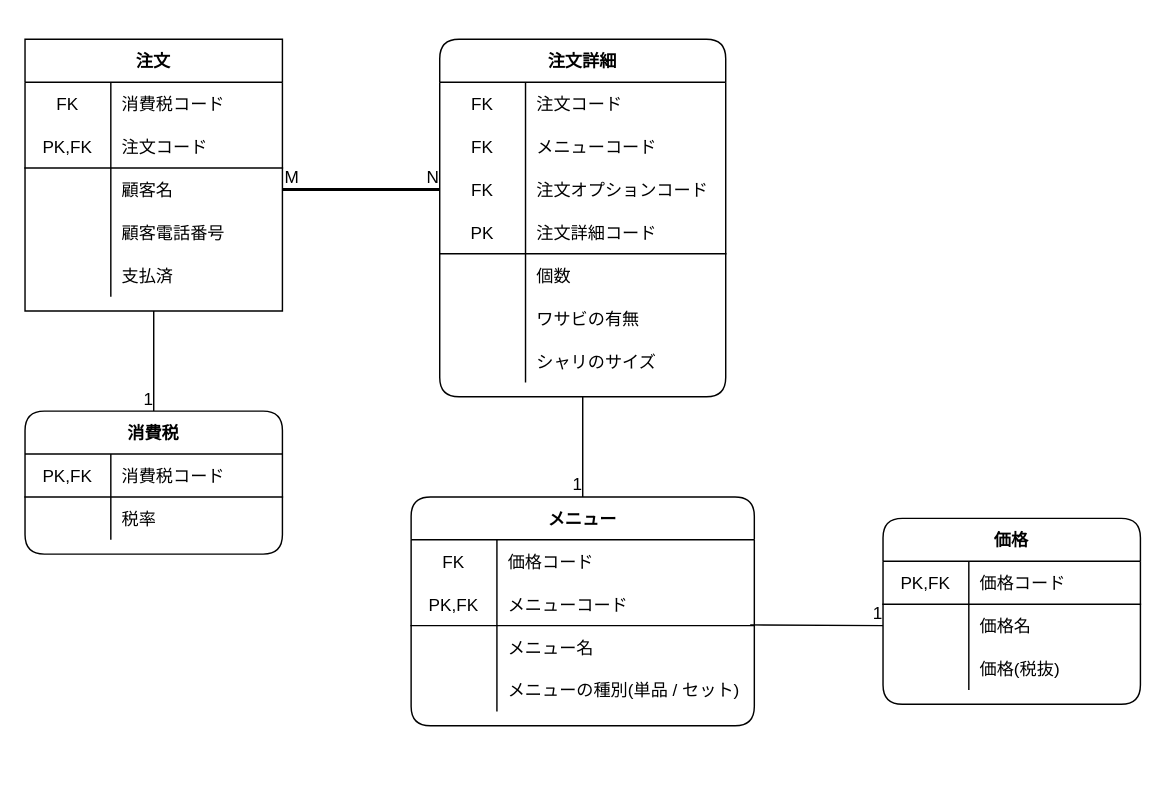
Above: database/db_modeling_1/issue_3/db_modeling_3.dio in haratak/praha_challenge (draw.io), before the change. Source tidied: cells renumbered, new cells numbered last; positions are measured from the earlier drawing's top-left corner, leaving out a move shared by most shapes. Both pictures are drawn from the tidied source at 143%, with x=0, y=0 at pixel (24, 39).
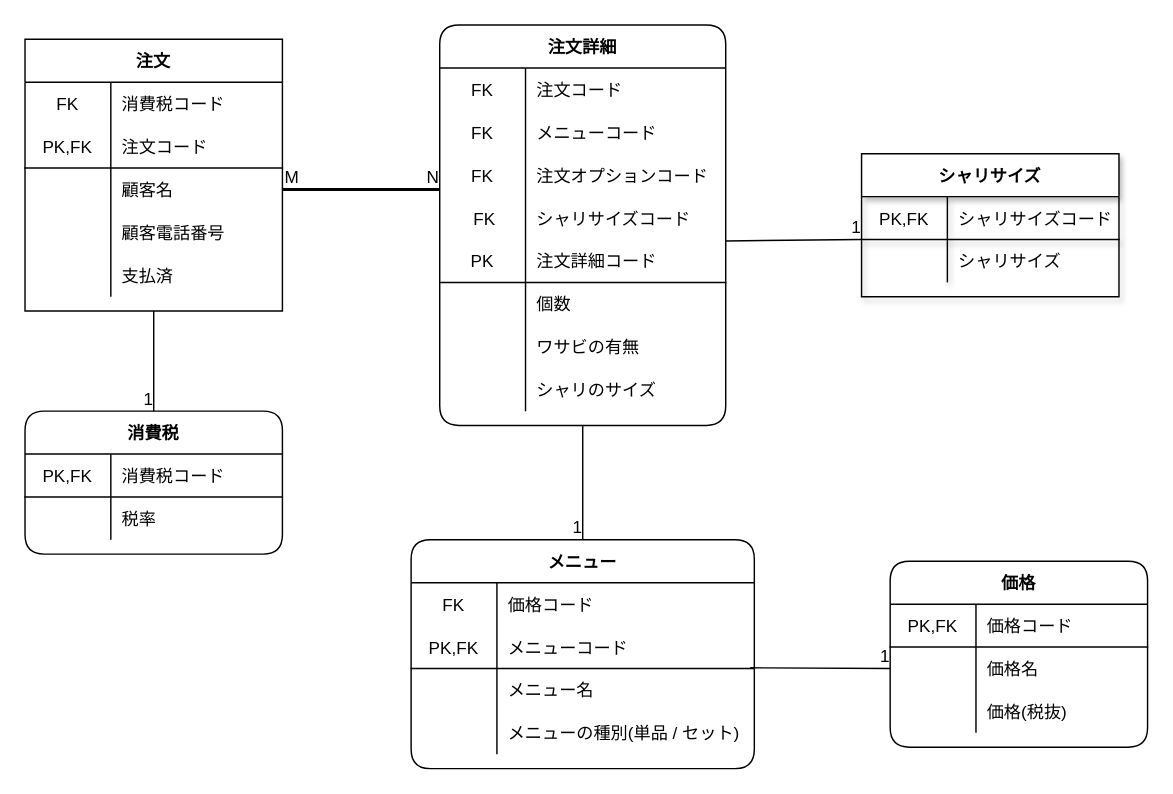
The same diagram, later.

The change refers to these unchanged cells:
```xml
<mxCell id="9" style="shape=partialRectangle;fillColor=none;top=0;left=0;bottom=0;right=0;points=[[0,0.5],[1,0.5]];portConstraint=eastwest;" parent="2" vertex="1">
  <mxGeometry y="90" width="180" height="30" as="geometry" />
</mxCell>
```

Change to the diagram source:
```diff
@@
-    <mxCell id="18" value="注文詳細" style="shape=table;startSize=30;childLayout=tableLayout;rowLines=0;fontStyle=1;align=center;rounded=1;" parent="1" vertex="1">
-      <mxGeometry x="290" width="200" height="250" as="geometry" />
-    </mxCell>
-    <mxCell id="19" style="shape=partialRectangle;fillColor=none;top=0;left=0;bottom=0;right=0;" parent="18" vertex="1">
-      <mxGeometry y="30" width="200" height="30" as="geometry" />
-    </mxCell>
-    <mxCell id="20" value="FK" style="shape=partialRectangle;fillColor=none;top=0;left=0;bottom=0;right=0;fontStyle=0;overflow=hidden;" parent="19" vertex="1">
-      <mxGeometry width="60" height="30" as="geometry" />
-    </mxCell>
-    <mxCell id="21" value="注文コード" style="shape=partialRectangle;fillColor=none;top=0;left=0;bottom=0;right=0;align=left;spacingLeft=6;fontStyle=0;overflow=hidden;" parent="19" vertex="1">
-      <mxGeometry x="60" width="140" height="30" as="geometry" />
-    </mxCell>
-    <mxCell id="22" style="shape=partialRectangle;fillColor=none;top=0;left=0;bottom=0;right=0;fontStyle=1;" parent="18" vertex="1">
-      <mxGeometry y="60" width="200" height="30" as="geometry" />
-    </mxCell>
-    <mxCell id="23" value="FK" style="shape=partialRectangle;fillColor=none;top=0;left=0;bottom=0;right=0;fontStyle=0;overflow=hidden;" parent="22" vertex="1">
-      <mxGeometry width="60" height="30" as="geometry" />
-    </mxCell>
-    <mxCell id="24" value="メニューコード" style="shape=partialRectangle;fillColor=none;top=0;left=0;bottom=0;right=0;align=left;spacingLeft=6;fontStyle=0;overflow=hidden;" parent="22" vertex="1">
-      <mxGeometry x="60" width="140" height="30" as="geometry" />
-    </mxCell>
-    <mxCell id="25" style="shape=partialRectangle;fillColor=none;top=0;left=0;bottom=0;right=0;points=[[0,0.5],[1,0.5]];portConstraint=eastwest;" parent="18" vertex="1">
-      <mxGeometry y="90" width="200" height="30" as="geometry" />
-    </mxCell>
-    <mxCell id="26" value="FK" style="shape=partialRectangle;fillColor=none;top=0;left=0;bottom=0;right=0;fontStyle=0;overflow=hidden;" parent="25" vertex="1">
-      <mxGeometry width="60" height="30" as="geometry" />
-    </mxCell>
-    <mxCell id="27" value="注文オプションコード" style="shape=partialRectangle;fillColor=none;top=0;left=0;bottom=0;right=0;align=left;spacingLeft=6;fontStyle=0;overflow=hidden;" parent="25" vertex="1">
-      <mxGeometry x="60" width="140" height="30" as="geometry" />
-    </mxCell>
-    <mxCell id="28" style="shape=partialRectangle;fillColor=none;top=0;left=0;bottom=1;right=0;fontStyle=1;" parent="18" vertex="1">
-      <mxGeometry y="120" width="200" height="30" as="geometry" />
-    </mxCell>
-    <mxCell id="29" value="PK" style="shape=partialRectangle;fillColor=none;top=0;left=0;bottom=0;right=0;fontStyle=0;overflow=hidden;shadow=1;" parent="28" vertex="1">
-      <mxGeometry width="60" height="30" as="geometry" />
-    </mxCell>
-    <mxCell id="30" value="注文詳細コード" style="shape=partialRectangle;fillColor=none;top=0;left=0;bottom=0;right=0;align=left;spacingLeft=6;fontStyle=0;overflow=hidden;shadow=1;" parent="28" vertex="1">
-      <mxGeometry x="60" width="140" height="30" as="geometry" />
-    </mxCell>
-    <mxCell id="31" style="shape=partialRectangle;fillColor=none;top=0;left=0;bottom=0;right=0;" parent="18" vertex="1">
-      <mxGeometry y="150" width="200" height="30" as="geometry" />
-    </mxCell>
-    <mxCell id="32" style="shape=partialRectangle;fillColor=none;top=0;left=0;bottom=0;right=0;overflow=hidden;" parent="31" vertex="1">
-      <mxGeometry width="60" height="30" as="geometry" />
-    </mxCell>
-    <mxCell id="33" value="個数" style="shape=partialRectangle;fillColor=none;top=0;left=0;bottom=0;right=0;align=left;spacingLeft=6;overflow=hidden;" parent="31" vertex="1">
-      <mxGeometry x="60" width="140" height="30" as="geometry" />
-    </mxCell>
-    <mxCell id="34" style="shape=partialRectangle;fillColor=none;top=0;left=0;bottom=0;right=0;" parent="18" vertex="1">
-      <mxGeometry y="180" width="200" height="30" as="geometry" />
-    </mxCell>
-    <mxCell id="35" style="shape=partialRectangle;fillColor=none;top=0;left=0;bottom=0;right=0;overflow=hidden;" parent="34" vertex="1">
-      <mxGeometry width="60" height="30" as="geometry" />
-    </mxCell>
-    <mxCell id="36" value="ワサビの有無" style="shape=partialRectangle;fillColor=none;top=0;left=0;bottom=0;right=0;align=left;spacingLeft=6;overflow=hidden;" parent="34" vertex="1">
-      <mxGeometry x="60" width="140" height="30" as="geometry" />
-    </mxCell>
-    <mxCell id="37" style="shape=partialRectangle;fillColor=none;top=0;left=0;bottom=0;right=0;" parent="18" vertex="1">
-      <mxGeometry y="210" width="200" height="30" as="geometry" />
-    </mxCell>
-    <mxCell id="38" style="shape=partialRectangle;fillColor=none;top=0;left=0;bottom=0;right=0;overflow=hidden;" parent="37" vertex="1">
-      <mxGeometry width="60" height="30" as="geometry" />
-    </mxCell>
-    <mxCell id="39" value="シャリのサイズ" style="shape=partialRectangle;fillColor=none;top=0;left=0;bottom=0;right=0;align=left;spacingLeft=6;overflow=hidden;" parent="37" vertex="1">
-      <mxGeometry x="60" width="140" height="30" as="geometry" />
-    </mxCell>
     <mxCell id="40" value="メニュー" style="shape=table;startSize=30;childLayout=tableLayout;rowLines=0;fontStyle=1;align=center;rounded=1;" parent="1" vertex="1">
-      <mxGeometry x="270" y="320" width="240" height="160" as="geometry" />
+      <mxGeometry x="270" y="350" width="240" height="160" as="geometry" />
     </mxCell>
@@
-    <mxCell id="64" style="shape=link;html=1;rounded=0;exitX=1;exitY=0.5;exitDx=0;exitDy=0;width=-1;entryX=0;entryY=0.5;entryDx=0;entryDy=0;" parent="1" edge="1" source="9" target="25">
-      <mxGeometry relative="1" as="geometry" />
+    <mxCell id="64" style="shape=link;html=1;rounded=0;exitX=1;exitY=0.5;exitDx=0;exitDy=0;width=-1;entryX=0;entryY=0.5;entryDx=0;entryDy=0;" parent="1" edge="1" source="9">
+      <mxGeometry relative="1" as="geometry">
+        <mxPoint x="290" y="105" as="targetPoint" />
+      </mxGeometry>
     </mxCell>
@@
     <mxCell id="67" value="価格" style="shape=table;startSize=30;childLayout=tableLayout;rowLines=0;fontStyle=1;align=center;rounded=1;" parent="1" vertex="1">
-      <mxGeometry x="600" y="335" width="180" height="130" as="geometry" />
+      <mxGeometry x="605" y="365" width="180" height="130" as="geometry" />
     </mxCell>
@@
+    <mxCell id="18" value="注文詳細" style="shape=table;startSize=30;childLayout=tableLayout;rowLines=0;fontStyle=1;align=center;rounded=1;" parent="1" vertex="1">
+      <mxGeometry x="290" y="-10" width="200" height="280" as="geometry" />
+    </mxCell>
+    <mxCell id="19" style="shape=partialRectangle;fillColor=none;top=0;left=0;bottom=0;right=0;" parent="18" vertex="1">
+      <mxGeometry y="30" width="200" height="30" as="geometry" />
+    </mxCell>
+    <mxCell id="79" value="FK" style="shape=partialRectangle;fillColor=none;top=0;left=0;bottom=0;right=0;fontStyle=0;overflow=hidden;" parent="19" vertex="1">
+      <mxGeometry width="60" height="30" as="geometry" />
+    </mxCell>
+    <mxCell id="21" value="注文コード" style="shape=partialRectangle;fillColor=none;top=0;left=0;bottom=0;right=0;align=left;spacingLeft=6;fontStyle=0;overflow=hidden;" parent="19" vertex="1">
+      <mxGeometry x="60" width="140" height="30" as="geometry" />
+    </mxCell>
+    <mxCell id="22" style="shape=partialRectangle;fillColor=none;top=0;left=0;bottom=0;right=0;fontStyle=1;" parent="18" vertex="1">
+      <mxGeometry y="60" width="200" height="30" as="geometry" />
+    </mxCell>
+    <mxCell id="80" value="FK" style="shape=partialRectangle;fillColor=none;top=0;left=0;bottom=0;right=0;fontStyle=0;overflow=hidden;" parent="22" vertex="1">
+      <mxGeometry width="60" height="30" as="geometry" />
+    </mxCell>
+    <mxCell id="24" value="メニューコード" style="shape=partialRectangle;fillColor=none;top=0;left=0;bottom=0;right=0;align=left;spacingLeft=6;fontStyle=0;overflow=hidden;" parent="22" vertex="1">
+      <mxGeometry x="60" width="140" height="30" as="geometry" />
+    </mxCell>
+    <mxCell id="25" style="shape=partialRectangle;fillColor=none;top=0;left=0;bottom=0;right=0;points=[[0,0.5],[1,0.5]];portConstraint=eastwest;" parent="18" vertex="1">
+      <mxGeometry y="90" width="200" height="30" as="geometry" />
+    </mxCell>
+    <mxCell id="81" value="FK" style="shape=partialRectangle;fillColor=none;top=0;left=0;bottom=0;right=0;fontStyle=0;overflow=hidden;" parent="25" vertex="1">
+      <mxGeometry width="60" height="30" as="geometry" />
+    </mxCell>
+    <mxCell id="27" value="注文オプションコード" style="shape=partialRectangle;fillColor=none;top=0;left=0;bottom=0;right=0;align=left;spacingLeft=6;fontStyle=0;overflow=hidden;" parent="25" vertex="1">
+      <mxGeometry x="60" width="140" height="30" as="geometry" />
+    </mxCell>
+    <mxCell id="82" style="shape=partialRectangle;fillColor=none;top=0;left=0;bottom=0;right=0;fontStyle=1;" parent="18" vertex="1">
+      <mxGeometry y="120" width="200" height="30" as="geometry" />
+    </mxCell>
+    <mxCell id="83" value=" FK" style="shape=partialRectangle;fillColor=none;top=0;left=0;bottom=0;right=0;fontStyle=0;overflow=hidden;shadow=1;" parent="82" vertex="1">
+      <mxGeometry width="60" height="30" as="geometry" />
+    </mxCell>
+    <mxCell id="84" value="シャリサイズコード" style="shape=partialRectangle;fillColor=none;top=0;left=0;bottom=0;right=0;align=left;spacingLeft=6;fontStyle=0;overflow=hidden;shadow=1;" parent="82" vertex="1">
+      <mxGeometry x="60" width="140" height="30" as="geometry" />
+    </mxCell>
+    <mxCell id="85" style="shape=partialRectangle;fillColor=none;top=0;left=0;bottom=1;right=0;points=[[0,0.5],[1,0.5]];portConstraint=eastwest;fontStyle=1;" parent="18" vertex="1">
+      <mxGeometry y="150" width="200" height="30" as="geometry" />
+    </mxCell>
+    <mxCell id="29" value="PK" style="shape=partialRectangle;fillColor=none;top=0;left=0;bottom=0;right=0;fontStyle=0;overflow=hidden;shadow=1;" parent="85" vertex="1">
+      <mxGeometry width="60" height="30" as="geometry" />
+    </mxCell>
+    <mxCell id="30" value="注文詳細コード" style="shape=partialRectangle;fillColor=none;top=0;left=0;bottom=0;right=0;align=left;spacingLeft=6;fontStyle=0;overflow=hidden;shadow=1;" parent="85" vertex="1">
+      <mxGeometry x="60" width="140" height="30" as="geometry" />
+    </mxCell>
+    <mxCell id="34" style="shape=partialRectangle;fillColor=none;top=0;left=0;bottom=0;right=0;" parent="18" vertex="1">
+      <mxGeometry y="180" width="200" height="30" as="geometry" />
+    </mxCell>
+    <mxCell id="86" style="shape=partialRectangle;fillColor=none;top=0;left=0;bottom=0;right=0;overflow=hidden;" parent="34" vertex="1">
+      <mxGeometry width="60" height="30" as="geometry" />
+    </mxCell>
+    <mxCell id="33" value="個数" style="shape=partialRectangle;fillColor=none;top=0;left=0;bottom=0;right=0;align=left;spacingLeft=6;overflow=hidden;" parent="34" vertex="1">
+      <mxGeometry x="60" width="140" height="30" as="geometry" />
+    </mxCell>
+    <mxCell id="37" style="shape=partialRectangle;fillColor=none;top=0;left=0;bottom=0;right=0;" parent="18" vertex="1">
+      <mxGeometry y="210" width="200" height="30" as="geometry" />
+    </mxCell>
+    <mxCell id="87" style="shape=partialRectangle;fillColor=none;top=0;left=0;bottom=0;right=0;overflow=hidden;" parent="37" vertex="1">
+      <mxGeometry width="60" height="30" as="geometry" />
+    </mxCell>
+    <mxCell id="36" value="ワサビの有無" style="shape=partialRectangle;fillColor=none;top=0;left=0;bottom=0;right=0;align=left;spacingLeft=6;overflow=hidden;" parent="37" vertex="1">
+      <mxGeometry x="60" width="140" height="30" as="geometry" />
+    </mxCell>
+    <mxCell id="88" style="shape=partialRectangle;fillColor=none;top=0;left=0;bottom=0;right=0;" parent="18" vertex="1">
+      <mxGeometry y="240" width="200" height="30" as="geometry" />
+    </mxCell>
+    <mxCell id="89" style="shape=partialRectangle;fillColor=none;top=0;left=0;bottom=0;right=0;overflow=hidden;" parent="88" vertex="1">
+      <mxGeometry width="60" height="30" as="geometry" />
+    </mxCell>
+    <mxCell id="39" value="シャリのサイズ" style="shape=partialRectangle;fillColor=none;top=0;left=0;bottom=0;right=0;align=left;spacingLeft=6;overflow=hidden;" parent="88" vertex="1">
+      <mxGeometry x="60" width="140" height="30" as="geometry" />
+    </mxCell>
+    <mxCell id="90" value="シャリサイズ" style="shape=table;startSize=30;childLayout=tableLayout;rowLines=0;fontStyle=1;align=center;shadow=1;" parent="1" vertex="1">
+      <mxGeometry x="585" y="80" width="180" height="100" as="geometry" />
+    </mxCell>
+    <mxCell id="91" style="shape=partialRectangle;fillColor=none;top=0;left=0;bottom=1;right=0;points=[[0,0.5],[1,0.5]];portConstraint=eastwest;shadow=1;" parent="90" vertex="1">
+      <mxGeometry y="30" width="180" height="30" as="geometry" />
+    </mxCell>
+    <mxCell id="92" value="PK,FK" style="shape=partialRectangle;fillColor=none;top=0;left=0;bottom=0;right=0;fontStyle=0;overflow=hidden;shadow=1;" parent="91" vertex="1">
+      <mxGeometry width="60" height="30" as="geometry" />
+    </mxCell>
+    <mxCell id="93" value="シャリサイズコード" style="shape=partialRectangle;fillColor=none;top=0;left=0;bottom=0;right=0;align=left;spacingLeft=6;fontStyle=0;overflow=hidden;shadow=1;" parent="91" vertex="1">
+      <mxGeometry x="60" width="120" height="30" as="geometry" />
+    </mxCell>
+    <mxCell id="94" style="shape=partialRectangle;fillColor=none;top=0;left=0;bottom=0;right=0;shadow=1;" parent="90" vertex="1">
+      <mxGeometry y="60" width="180" height="30" as="geometry" />
+    </mxCell>
+    <mxCell id="95" style="shape=partialRectangle;fillColor=none;top=0;left=0;bottom=0;right=0;overflow=hidden;shadow=1;" parent="94" vertex="1">
+      <mxGeometry width="60" height="30" as="geometry" />
+    </mxCell>
+    <mxCell id="96" value="シャリサイズ" style="shape=partialRectangle;fillColor=none;top=0;left=0;bottom=0;right=0;align=left;spacingLeft=6;overflow=hidden;shadow=1;" parent="94" vertex="1">
+      <mxGeometry x="60" width="120" height="30" as="geometry" />
+    </mxCell>
+    <mxCell id="97" style="endArrow=none;html=1;rounded=0;entryX=0;entryY=1;entryDx=0;entryDy=0;entryPerimeter=0;exitX=1;exitY=0.033;exitDx=0;exitDy=0;exitPerimeter=0;" parent="1" edge="1" source="85" target="91">
+      <mxGeometry relative="1" as="geometry" />
+    </mxCell>
+    <mxCell id="98" value="1" style="html=1;align=right;verticalAlign=bottom;" parent="97" vertex="1">
+      <mxGeometry x="1" relative="1" as="geometry" />
+    </mxCell>
```
